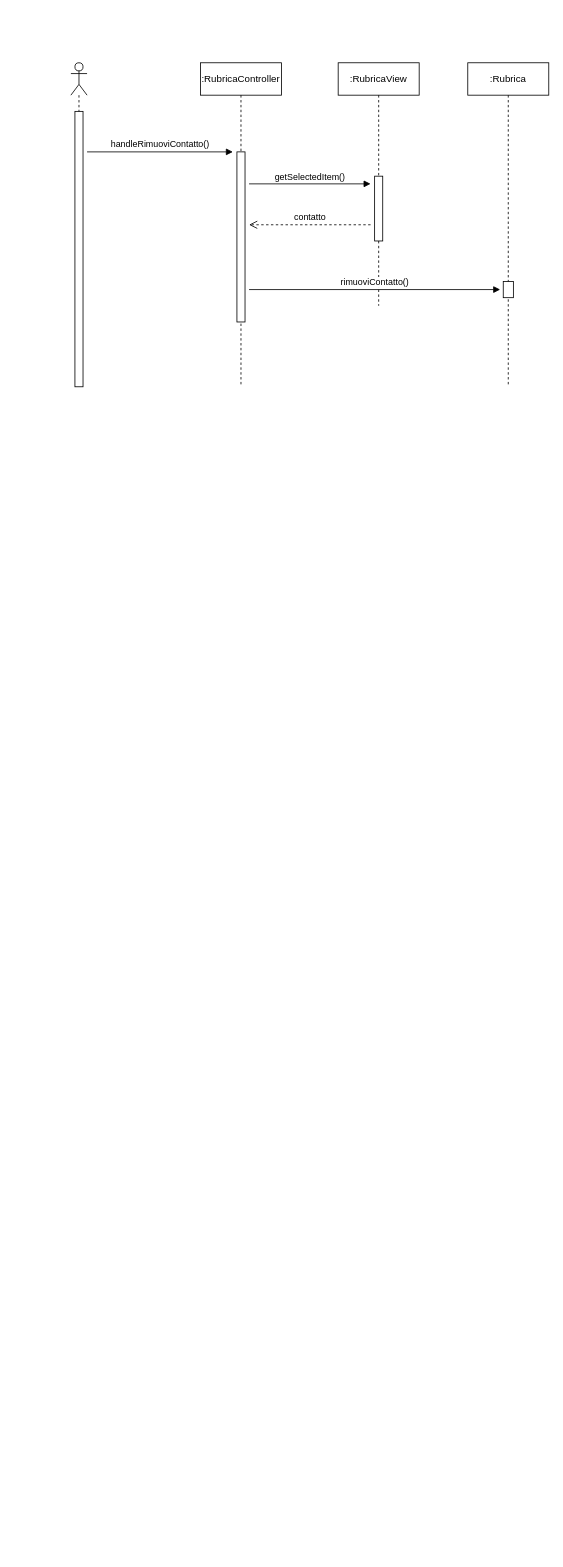
Earlier version of the draw.io diagram Documentazione/diagrammi di sequenza/EliminaContattoDS.drawio (VinnGoff/SoftEngProject). Source tidied: cells renumbered, new cells numbered last; positions are measured from the earlier drawing's top-left corner, leaving out a move shared by most shapes. Both pictures are drawn from the tidied source at 81%, with x=0, y=0 at pixel (14, 14).
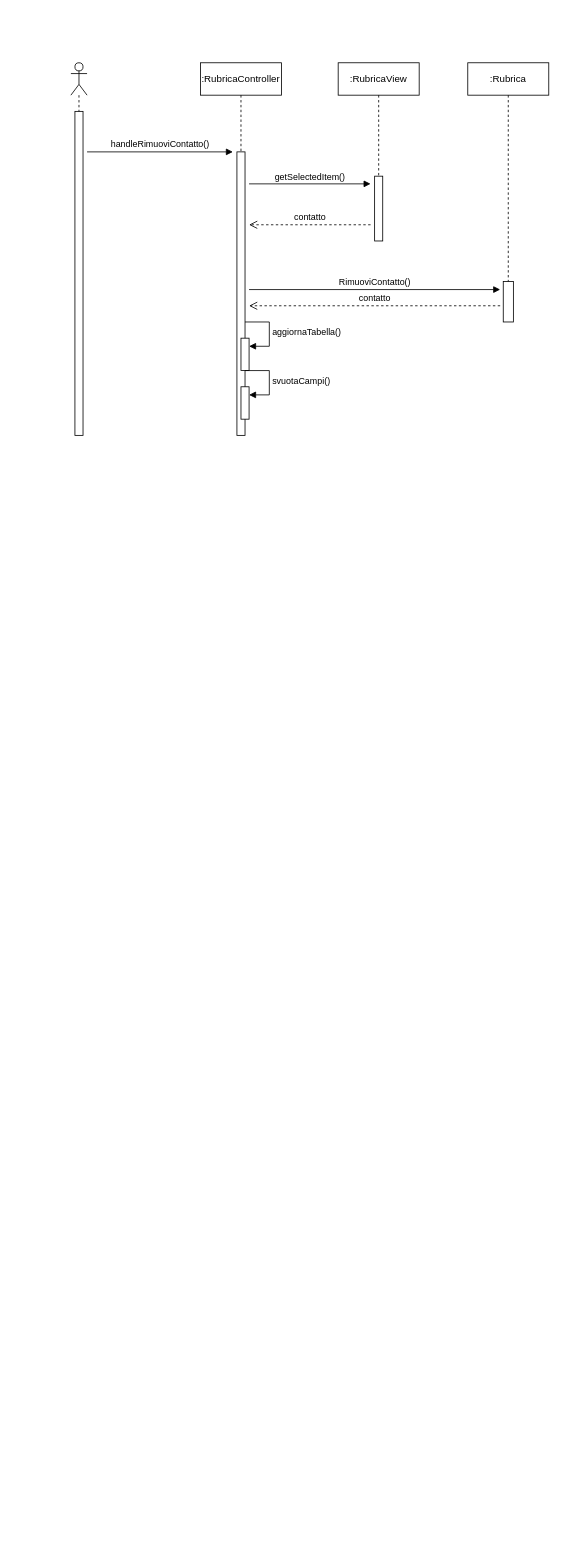
The same page after the edit.

Commit message:
Modifica finale diagramma sequenza elimina contatto

What changed in the source:
```diff
@@
     <mxCell id="4" style="shape=umlLifeline;perimeter=lifelinePerimeter;whiteSpace=wrap;html=1;newEdgeStyle={&quot;curved&quot;:0,&quot;rounded&quot;:0};participant=umlActor;" parent="1" vertex="1">
-      <mxGeometry x="70" y="60" width="20" height="400" as="geometry" />
+      <mxGeometry x="70" y="60" width="20" height="460" as="geometry" />
     </mxCell>
     <mxCell id="5" style="html=1;perimeter=orthogonalPerimeter;targetShapes=umlLifeline;newEdgeStyle={&quot;curved&quot;:0,&quot;rounded&quot;:0};" parent="4" vertex="1">
-      <mxGeometry x="5" y="60" width="10" height="340" as="geometry" />
+      <mxGeometry x="5" y="60" width="10" height="400" as="geometry" />
     </mxCell>
     <mxCell id="6" value=":Rubrica" style="shape=umlLifeline;perimeter=lifelinePerimeter;whiteSpace=wrap;html=1;newEdgeStyle={&quot;curved&quot;:0,&quot;rounded&quot;:0};" parent="1" vertex="1">
-      <mxGeometry x="560" y="60" width="100" height="400" as="geometry" />
+      <mxGeometry x="560" y="60" width="100" height="320" as="geometry" />
     </mxCell>
     <mxCell id="7" style="html=1;perimeter=orthogonalPerimeter;targetShapes=umlLifeline;newEdgeStyle={&quot;curved&quot;:0,&quot;rounded&quot;:0};" parent="6" vertex="1">
-      <mxGeometry x="43.8" y="270" width="12.5" height="20" as="geometry" />
+      <mxGeometry x="43.8" y="270" width="12.5" height="50" as="geometry" />
     </mxCell>
@@
     <mxCell id="9" value=":RubricaController" style="shape=umlLifeline;perimeter=lifelinePerimeter;whiteSpace=wrap;html=1;newEdgeStyle={&quot;curved&quot;:0,&quot;rounded&quot;:0};" parent="1" vertex="1">
-      <mxGeometry x="230" y="60" width="100" height="400" as="geometry" />
+      <mxGeometry x="230" y="60" width="100" height="460" as="geometry" />
     </mxCell>
     <mxCell id="10" style="html=1;perimeter=orthogonalPerimeter;targetShapes=umlLifeline;newEdgeStyle={&quot;curved&quot;:0,&quot;rounded&quot;:0};" parent="9" vertex="1">
-      <mxGeometry x="45" y="110" width="10" height="210" as="geometry" />
+      <mxGeometry x="45" y="110" width="10" height="350" as="geometry" />
     </mxCell>
+    <mxCell id="16" style="html=1;points=[[0,0,0,0,5],[0,1,0,0,-5],[1,0,0,0,5],[1,1,0,0,-5]];perimeter=orthogonalPerimeter;outlineConnect=0;targetShapes=umlLifeline;portConstraint=eastwest;newEdgeStyle={&quot;curved&quot;:0,&quot;rounded&quot;:0};" parent="9" vertex="1">
+      <mxGeometry x="50" y="340" width="10" height="40" as="geometry" />
+    </mxCell>
+    <mxCell id="17" value="aggiornaTabella()" style="html=1;align=left;spacingLeft=2;endArrow=block;rounded=0;edgeStyle=orthogonalEdgeStyle;curved=0;rounded=0;" parent="9" edge="1" target="16">
+      <mxGeometry relative="1" as="geometry">
+        <mxPoint x="55" y="320" as="sourcePoint" />
+        <Array as="points">
+          <mxPoint x="85" y="350" />
+        </Array>
+      </mxGeometry>
+    </mxCell>
+    <mxCell id="18" style="html=1;points=[[0,0,0,0,5],[0,1,0,0,-5],[1,0,0,0,5],[1,1,0,0,-5]];perimeter=orthogonalPerimeter;outlineConnect=0;targetShapes=umlLifeline;portConstraint=eastwest;newEdgeStyle={&quot;curved&quot;:0,&quot;rounded&quot;:0};" parent="9" vertex="1">
+      <mxGeometry x="50" y="400" width="10" height="40" as="geometry" />
+    </mxCell>
+    <mxCell id="19" value="svuotaCampi()" style="html=1;align=left;spacingLeft=2;endArrow=block;rounded=0;edgeStyle=orthogonalEdgeStyle;curved=0;rounded=0;" parent="9" edge="1" target="18">
+      <mxGeometry relative="1" as="geometry">
+        <mxPoint x="55" y="380" as="sourcePoint" />
+        <Array as="points">
+          <mxPoint x="85" y="410" />
+        </Array>
+      </mxGeometry>
+    </mxCell>
     <mxCell id="11" value="&lt;div&gt;:RubricaView&lt;/div&gt;" style="shape=umlLifeline;whiteSpace=wrap;html=1;newEdgeStyle={&quot;curved&quot;:0,&quot;rounded&quot;:0};perimeter=rectanglePerimeter;targetShapes=umlLifeline;participant=label;" parent="1" vertex="1">
-      <mxGeometry x="400" y="60" width="100" height="300" as="geometry" />
+      <mxGeometry x="400" y="60" width="100" height="220" as="geometry" />
     </mxCell>
@@
-    <mxCell id="15" value="rimuoviContatto()" style="html=1;verticalAlign=bottom;endArrow=block;curved=0;rounded=0;" parent="1" edge="1">
+    <mxCell id="15" value="RimuoviContatto()" style="html=1;verticalAlign=bottom;endArrow=block;curved=0;rounded=0;" parent="1" edge="1">
       <mxGeometry relative="1" as="geometry">
         <mxPoint x="290" y="340" as="sourcePoint" />
         <mxPoint x="600" y="340" as="targetPoint" />
       </mxGeometry>
     </mxCell>
+    <mxCell id="20" value="contatto" style="html=1;verticalAlign=bottom;endArrow=open;dashed=1;endSize=8;curved=0;rounded=0;" parent="1" edge="1">
+      <mxGeometry relative="1" as="geometry">
+        <mxPoint x="600" y="360" as="sourcePoint" />
+        <mxPoint x="290" y="360" as="targetPoint" />
+      </mxGeometry>
+    </mxCell>
```
